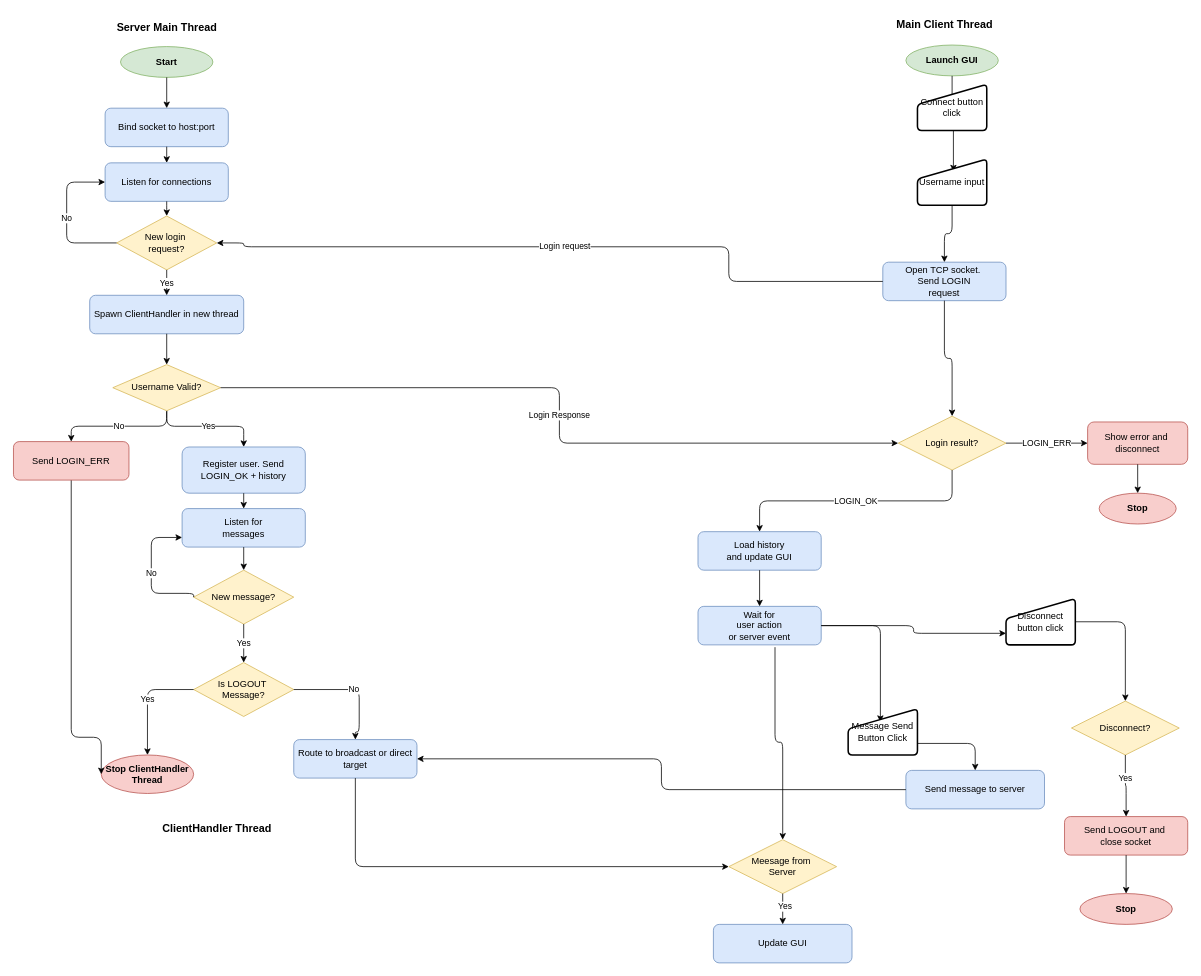
This is page "Server Flow" (1 of 2) of chat_application/docs/flowchart.drawio from pubali512/py_projects, a draw.io file, before an edit. Source tidied: cells renumbered, new cells numbered last; positions are measured from the earlier drawing's top-left corner, leaving out a move shared by most shapes. Both pictures are drawn from the tidied source at 77%, with x=0, y=0 at pixel (13, 13).
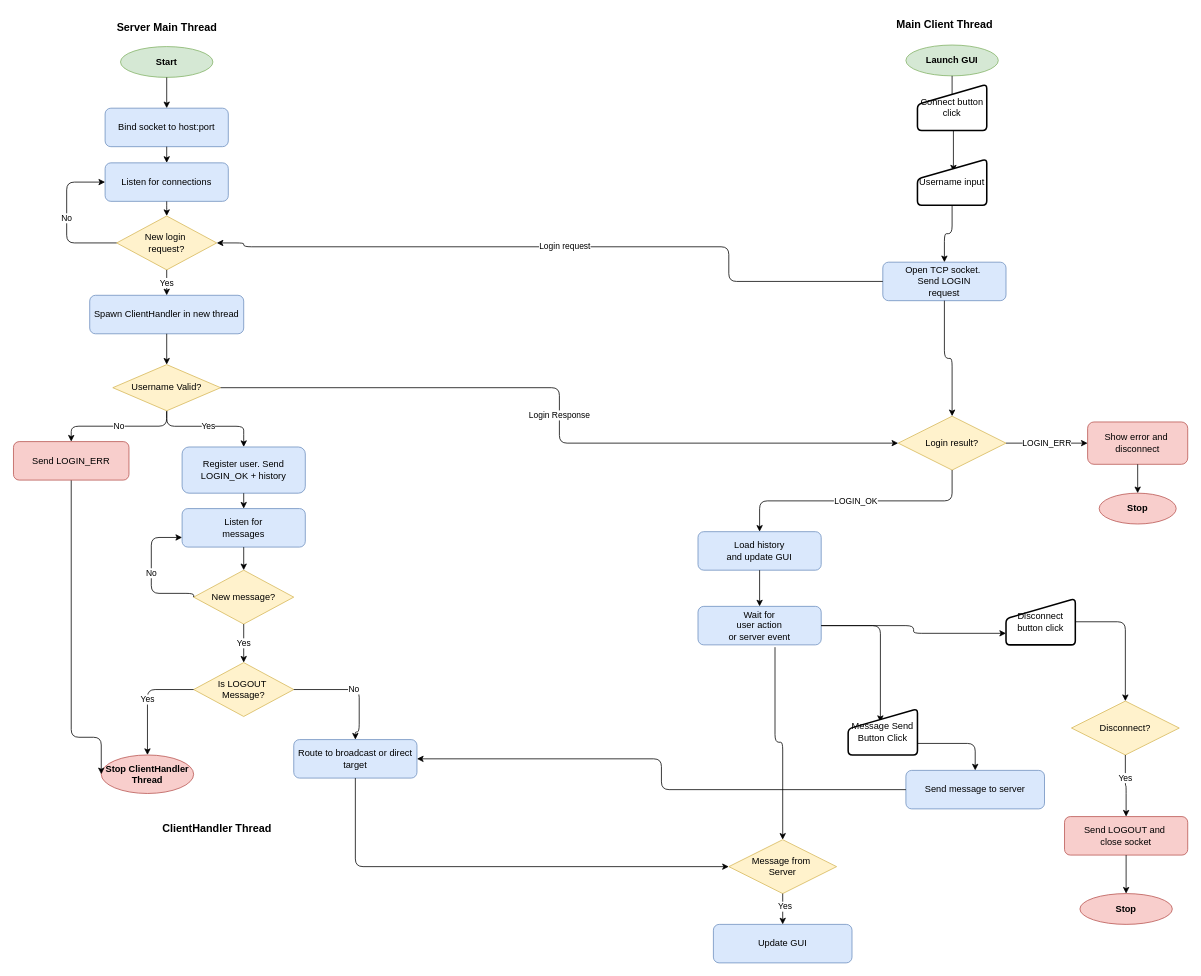
After the change.

The edit, as a diff of the source:
```diff
@@
-    <mxCell id="55" value="Meesage from&amp;nbsp;&lt;div&gt;Server&lt;/div&gt;" style="rhombus;whiteSpace=wrap;html=1;fillColor=#fff2cc;strokeColor=#d6b656;" parent="1" vertex="1">
+    <mxCell id="55" value="Message from&amp;nbsp;&lt;div&gt;Server&lt;/div&gt;" style="rhombus;whiteSpace=wrap;html=1;fillColor=#fff2cc;strokeColor=#d6b656;" parent="1" vertex="1">
       <mxGeometry x="929" y="1073" width="140" height="70" as="geometry" />
     </mxCell>
```
